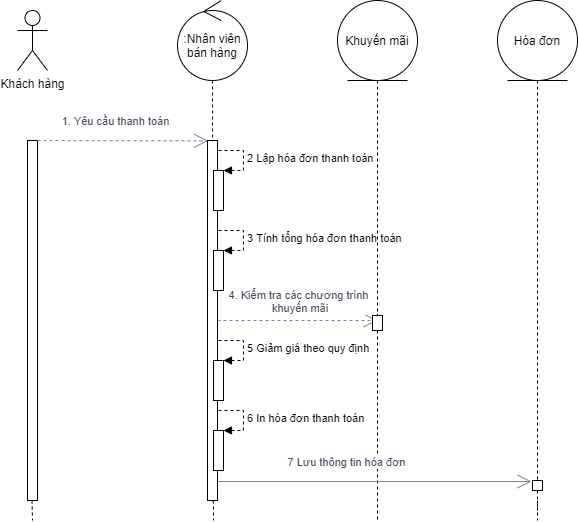
Earlier version of the draw.io export Diagram/Sequence/QL_BanHang.png (TccKaiCi/PTTK_CuaHangGiay). Source tidied: cells renumbered, new cells last; positions are measured from the earlier drawing's top-left corner, leaving out a move shared by most shapes.
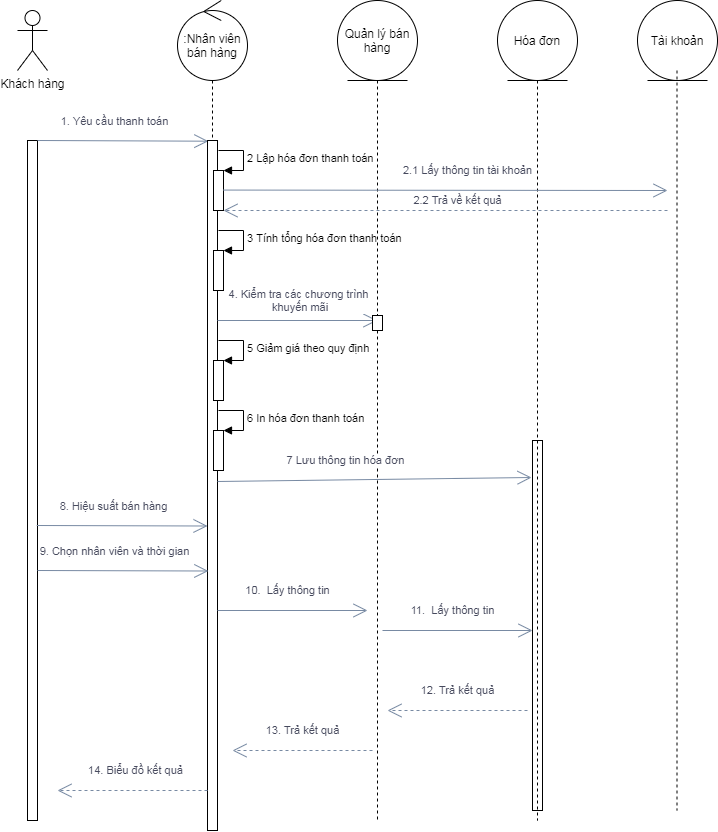
The same file after the commit.

What changed in the source:
```diff
@@ -8,26 +8,21 @@
     <mxCell id="3" value=":Nhân viên bán hàng" style="ellipse;shape=umlControl;whiteSpace=wrap;html=1;" parent="1" vertex="1">
       <mxGeometry x="160" width="70" height="80" as="geometry" />
     </mxCell>
-    <mxCell id="4" style="edgeStyle=orthogonalEdgeStyle;rounded=0;jettySize=auto;html=1;dashed=1;endArrow=none;endFill=0;" parent="1" edge="1" source="27">
-      <mxGeometry relative="1" as="geometry">
-        <mxPoint x="520" y="520" as="targetPoint" />
-      </mxGeometry>
-    </mxCell>
     <mxCell id="5" value="Hóa đơn" style="ellipse;shape=umlEntity;whiteSpace=wrap;html=1;" parent="1" vertex="1">
       <mxGeometry x="480" width="80" height="80" as="geometry" />
     </mxCell>
     <mxCell id="6" style="edgeStyle=orthogonalEdgeStyle;rounded=0;jettySize=auto;html=1;dashed=1;endArrow=none;endFill=0;" parent="1" edge="1" source="19">
       <mxGeometry relative="1" as="geometry">
-        <mxPoint x="360" y="520" as="targetPoint" />
+        <mxPoint x="360" y="820" as="targetPoint" />
       </mxGeometry>
     </mxCell>
-    <mxCell id="7" value="Khuyến mãi" style="ellipse;shape=umlEntity;whiteSpace=wrap;html=1;" parent="1" vertex="1">
+    <mxCell id="7" value="Quản lý bán hàng" style="ellipse;shape=umlEntity;whiteSpace=wrap;html=1;" parent="1" vertex="1">
       <mxGeometry x="320" width="80" height="80" as="geometry" />
     </mxCell>
     <mxCell id="8" style="html=1;perimeter=orthogonalPerimeter;" parent="1" vertex="1">
-      <mxGeometry x="10" y="140" width="10" height="360" as="geometry" />
+      <mxGeometry x="10" y="140" width="10" height="680" as="geometry" />
     </mxCell>
-    <mxCell id="9" style="endArrow=open;endFill=1;endSize=12;html=1;strokeColor=#788AA3;fillColor=#B2C9AB;fontColor=#46495D;dashed=1;entryX=0.081;entryY=0.001;entryDx=0;entryDy=0;entryPerimeter=0;" parent="1" edge="1" target="11">
+    <mxCell id="9" style="endArrow=open;endFill=1;endSize=12;html=1;strokeColor=#788AA3;fillColor=#B2C9AB;fontColor=#46495D;entryX=0.081;entryY=0.001;entryDx=0;entryDy=0;entryPerimeter=0;" parent="1" edge="1" target="11">
       <mxGeometry relative="1" as="geometry">
         <mxPoint x="20" y="140" as="sourcePoint" />
       </mxGeometry>
@@ -38,7 +33,7 @@
       </mxGeometry>
     </mxCell>
     <mxCell id="11" style="html=1;points=[];perimeter=orthogonalPerimeter;" parent="1" vertex="1">
-      <mxGeometry x="190" y="140" width="10" height="360" as="geometry" />
+      <mxGeometry x="190" y="140" width="10" height="690" as="geometry" />
     </mxCell>
     <mxCell id="12" style="edgeStyle=orthogonalEdgeStyle;rounded=0;jettySize=auto;html=1;dashed=1;endArrow=none;endFill=0;" parent="1" edge="1" source="3" target="11">
       <mxGeometry relative="1" as="geometry" />
@@ -46,7 +41,7 @@
     <mxCell id="13" style="html=1;points=[];perimeter=orthogonalPerimeter;" parent="1" vertex="1">
       <mxGeometry x="196" y="170" width="10" height="40" as="geometry" />
     </mxCell>
-    <mxCell id="14" value="2 Lập hóa đơn thanh toán" style="edgeStyle=orthogonalEdgeStyle;html=1;align=left;spacingLeft=2;endArrow=block;rounded=0;entryX=1;entryY=0;dashed=1;" parent="1" edge="1" target="13">
+    <mxCell id="14" value="2 Lập hóa đơn thanh toán" style="edgeStyle=orthogonalEdgeStyle;html=1;align=left;spacingLeft=2;endArrow=block;rounded=0;entryX=1;entryY=0;" parent="1" edge="1" target="13">
       <mxGeometry relative="1" as="geometry">
         <mxPoint x="201" y="150" as="sourcePoint" />
         <Array as="points">
@@ -57,7 +52,7 @@
     <mxCell id="15" style="html=1;points=[];perimeter=orthogonalPerimeter;" parent="1" vertex="1">
       <mxGeometry x="196" y="250" width="10" height="40" as="geometry" />
     </mxCell>
-    <mxCell id="16" value="3 Tính tổng hóa đơn thanh toán" style="edgeStyle=orthogonalEdgeStyle;html=1;align=left;spacingLeft=2;endArrow=block;rounded=0;entryX=1;entryY=0;dashed=1;" parent="1" edge="1" target="15">
+    <mxCell id="16" value="3 Tính tổng hóa đơn thanh toán" style="edgeStyle=orthogonalEdgeStyle;html=1;align=left;spacingLeft=2;endArrow=block;rounded=0;entryX=1;entryY=0;" parent="1" edge="1" target="15">
       <mxGeometry relative="1" as="geometry">
         <mxPoint x="201" y="230" as="sourcePoint" />
         <Array as="points">
@@ -65,7 +60,7 @@
         </Array>
       </mxGeometry>
     </mxCell>
-    <mxCell id="17" style="endArrow=open;endFill=1;endSize=12;html=1;strokeColor=#788AA3;fillColor=#B2C9AB;fontColor=#46495D;dashed=1;" parent="1" edge="1">
+    <mxCell id="17" style="endArrow=open;endFill=1;endSize=12;html=1;strokeColor=#788AA3;fillColor=#B2C9AB;fontColor=#46495D;" parent="1" edge="1">
       <mxGeometry relative="1" as="geometry">
         <mxPoint x="200" y="320" as="sourcePoint" />
         <mxPoint x="360" y="320" as="targetPoint" />
@@ -85,7 +80,7 @@
     <mxCell id="21" style="html=1;points=[];perimeter=orthogonalPerimeter;" parent="1" vertex="1">
       <mxGeometry x="196" y="360" width="10" height="40" as="geometry" />
     </mxCell>
-    <mxCell id="22" value="5 Giảm giá theo quy định" style="edgeStyle=orthogonalEdgeStyle;html=1;align=left;spacingLeft=2;endArrow=block;rounded=0;entryX=1;entryY=0;dashed=1;" parent="1" edge="1" target="21">
+    <mxCell id="22" value="5 Giảm giá theo quy định" style="edgeStyle=orthogonalEdgeStyle;html=1;align=left;spacingLeft=2;endArrow=block;rounded=0;entryX=1;entryY=0;" parent="1" edge="1" target="21">
       <mxGeometry relative="1" as="geometry">
         <mxPoint x="201" y="340" as="sourcePoint" />
         <Array as="points">
@@ -96,7 +91,7 @@
     <mxCell id="23" style="html=1;points=[];perimeter=orthogonalPerimeter;" parent="1" vertex="1">
       <mxGeometry x="196" y="430" width="10" height="40" as="geometry" />
     </mxCell>
-    <mxCell id="24" value="6 In hóa đơn thanh toán" style="edgeStyle=orthogonalEdgeStyle;html=1;align=left;spacingLeft=2;endArrow=block;rounded=0;entryX=1;entryY=0;dashed=1;" parent="1" edge="1" target="23">
+    <mxCell id="24" value="6 In hóa đơn thanh toán" style="edgeStyle=orthogonalEdgeStyle;html=1;align=left;spacingLeft=2;endArrow=block;rounded=0;entryX=1;entryY=0;" parent="1" edge="1" target="23">
       <mxGeometry relative="1" as="geometry">
         <mxPoint x="201" y="410" as="sourcePoint" />
         <Array as="points">
@@ -115,21 +110,122 @@
       </mxGeometry>
     </mxCell>
     <mxCell id="27" style="html=1;points=[];perimeter=orthogonalPerimeter;" parent="1" vertex="1">
-      <mxGeometry x="515" y="480" width="10" height="10" as="geometry" />
+      <mxGeometry x="515" y="440" width="10" height="370" as="geometry" />
     </mxCell>
-    <mxCell id="28" style="edgeStyle=orthogonalEdgeStyle;rounded=0;jettySize=auto;html=1;dashed=1;endArrow=none;endFill=0;" parent="1" edge="1" source="5" target="27">
-      <mxGeometry relative="1" as="geometry" />
+    <mxCell id="28" style="edgeStyle=orthogonalEdgeStyle;rounded=0;jettySize=auto;html=1;dashed=1;endArrow=none;endFill=0;" parent="1" edge="1" source="5">
+      <mxGeometry relative="1" as="geometry">
+        <mxPoint x="520" y="820" as="targetPoint" />
+      </mxGeometry>
     </mxCell>
-    <mxCell id="29" style="edgeStyle=orthogonalEdgeStyle;rounded=0;orthogonalLoop=1;jettySize=auto;html=1;dashed=1;endArrow=none;endFill=0;" parent="1" edge="1">
-      <mxGeometry relative="1" as="geometry">
-        <mxPoint x="14.5" y="500" as="sourcePoint" />
-        <mxPoint x="15" y="520" as="targetPoint" />
-      </mxGeometry>
-    </mxCell>
-    <mxCell id="30" style="edgeStyle=orthogonalEdgeStyle;rounded=0;jettySize=auto;html=1;dashed=1;endArrow=none;endFill=0;exitX=0.5;exitY=1.003;exitDx=0;exitDy=0;exitPerimeter=0;" parent="1" edge="1" source="11">
-      <mxGeometry relative="1" as="geometry">
-        <mxPoint x="196" y="520" as="targetPoint" />
-      </mxGeometry>
-    </mxCell>
+    <mxCell id="31" style="endArrow=open;endFill=1;endSize=12;html=1;strokeColor=#788AA3;fillColor=#B2C9AB;fontColor=#46495D;entryX=0.081;entryY=0.001;entryDx=0;entryDy=0;entryPerimeter=0;" parent="1" edge="1">
+      <mxGeometry relative="1" as="geometry">
+        <mxPoint x="19.2" y="525" as="sourcePoint" />
+        <mxPoint x="190" y="525.5" as="targetPoint" />
+      </mxGeometry>
+    </mxCell>
+    <mxCell id="32" value="8. Hiệu suất bán hàng" style="edgeLabel;html=1;align=center;verticalAlign=middle;fontColor=#46495D;" parent="31" vertex="1">
+      <mxGeometry x="-0.38" y="-3" relative="1" as="geometry">
+        <mxPoint x="24.2" y="-23" as="offset" />
+      </mxGeometry>
+    </mxCell>
+    <mxCell id="33" style="endArrow=open;endFill=1;endSize=12;html=1;strokeColor=#788AA3;fillColor=#B2C9AB;fontColor=#46495D;entryX=0.081;entryY=0.001;entryDx=0;entryDy=0;entryPerimeter=0;" parent="1" edge="1">
+      <mxGeometry relative="1" as="geometry">
+        <mxPoint x="20" y="570" as="sourcePoint" />
+        <mxPoint x="190.8" y="570.5" as="targetPoint" />
+      </mxGeometry>
+    </mxCell>
+    <mxCell id="34" value="9. Chọn nhân viên và thời gian" style="edgeLabel;html=1;align=center;verticalAlign=middle;fontColor=#46495D;" parent="33" vertex="1">
+      <mxGeometry x="-0.38" y="-3" relative="1" as="geometry">
+        <mxPoint x="24.2" y="-23" as="offset" />
+      </mxGeometry>
+    </mxCell>
+    <mxCell id="35" style="endArrow=open;endFill=1;endSize=12;html=1;strokeColor=#788AA3;fillColor=#B2C9AB;fontColor=#46495D;" parent="1" edge="1">
+      <mxGeometry relative="1" as="geometry">
+        <mxPoint x="200" y="610" as="sourcePoint" />
+        <mxPoint x="350" y="610" as="targetPoint" />
+      </mxGeometry>
+    </mxCell>
+    <mxCell id="36" value="10.&amp;nbsp; Lấy thông tin" style="edgeLabel;html=1;align=center;verticalAlign=middle;fontColor=#46495D;" parent="35" vertex="1">
+      <mxGeometry x="-0.38" y="-3" relative="1" as="geometry">
+        <mxPoint x="24.2" y="-23" as="offset" />
+      </mxGeometry>
+    </mxCell>
+    <mxCell id="37" style="endArrow=open;endFill=1;endSize=12;html=1;strokeColor=#788AA3;fillColor=#B2C9AB;fontColor=#46495D;" parent="1" edge="1">
+      <mxGeometry relative="1" as="geometry">
+        <mxPoint x="365" y="630" as="sourcePoint" />
+        <mxPoint x="515" y="630" as="targetPoint" />
+      </mxGeometry>
+    </mxCell>
+    <mxCell id="38" value="11.&amp;nbsp; Lấy thông tin" style="edgeLabel;html=1;align=center;verticalAlign=middle;fontColor=#46495D;" parent="37" vertex="1">
+      <mxGeometry x="-0.38" y="-3" relative="1" as="geometry">
+        <mxPoint x="24.2" y="-23" as="offset" />
+      </mxGeometry>
+    </mxCell>
+    <mxCell id="39" style="endArrow=open;endFill=1;endSize=12;html=1;strokeColor=#788AA3;fillColor=#B2C9AB;fontColor=#46495D;dashed=1;" parent="1" edge="1">
+      <mxGeometry relative="1" as="geometry">
+        <mxPoint x="510" y="710" as="sourcePoint" />
+        <mxPoint x="370" y="710" as="targetPoint" />
+      </mxGeometry>
+    </mxCell>
+    <mxCell id="40" value="12. Trả kết quả" style="edgeLabel;html=1;align=center;verticalAlign=middle;fontColor=#46495D;" parent="39" vertex="1">
+      <mxGeometry x="-0.38" y="-3" relative="1" as="geometry">
+        <mxPoint x="-27" y="-17" as="offset" />
+      </mxGeometry>
+    </mxCell>
+    <mxCell id="41" style="endArrow=open;endFill=1;endSize=12;html=1;strokeColor=#788AA3;fillColor=#B2C9AB;fontColor=#46495D;dashed=1;" parent="1" edge="1">
+      <mxGeometry relative="1" as="geometry">
+        <mxPoint x="355" y="750" as="sourcePoint" />
+        <mxPoint x="215" y="750" as="targetPoint" />
+      </mxGeometry>
+    </mxCell>
+    <mxCell id="42" value="13. Trả kết quả" style="edgeLabel;html=1;align=center;verticalAlign=middle;fontColor=#46495D;" parent="41" vertex="1">
+      <mxGeometry x="-0.38" y="-3" relative="1" as="geometry">
+        <mxPoint x="-27" y="-17" as="offset" />
+      </mxGeometry>
+    </mxCell>
+    <mxCell id="43" style="endArrow=open;endFill=1;endSize=12;html=1;strokeColor=#788AA3;fillColor=#B2C9AB;fontColor=#46495D;dashed=1;exitX=0;exitY=0.942;exitDx=0;exitDy=0;exitPerimeter=0;" parent="1" edge="1" source="11">
+      <mxGeometry relative="1" as="geometry">
+        <mxPoint x="40" y="790" as="targetPoint" />
+        <Array as="points">
+          <mxPoint x="140" y="790" />
+        </Array>
+      </mxGeometry>
+    </mxCell>
+    <mxCell id="44" value="14. Biểu đồ kết quả" style="edgeLabel;html=1;align=center;verticalAlign=middle;fontColor=#46495D;" parent="43" vertex="1">
+      <mxGeometry x="-0.38" y="-3" relative="1" as="geometry">
+        <mxPoint x="-27" y="-17" as="offset" />
+      </mxGeometry>
+    </mxCell>
+    <mxCell id="45" value="Tài khoản" style="ellipse;shape=umlEntity;whiteSpace=wrap;html=1;" parent="1" vertex="1">
+      <mxGeometry x="620" width="80" height="80" as="geometry" />
+    </mxCell>
+    <mxCell id="46" style="edgeStyle=orthogonalEdgeStyle;rounded=0;orthogonalLoop=1;jettySize=auto;html=1;dashed=1;endArrow=none;endFill=0;" parent="1" edge="1">
+      <mxGeometry relative="1" as="geometry">
+        <mxPoint x="659.5" y="70" as="sourcePoint" />
+        <mxPoint x="659.5" y="810" as="targetPoint" />
+      </mxGeometry>
+    </mxCell>
+    <mxCell id="47" style="endArrow=open;endFill=1;endSize=12;html=1;strokeColor=#788AA3;fillColor=#B2C9AB;fontColor=#46495D;" parent="1" edge="1">
+      <mxGeometry relative="1" as="geometry">
+        <mxPoint x="206" y="189.6" as="sourcePoint" />
+        <mxPoint x="650" y="190" as="targetPoint" />
+      </mxGeometry>
+    </mxCell>
+    <mxCell id="48" value="2.1 Lấy thông tin tài khoản" style="edgeLabel;html=1;align=center;verticalAlign=middle;fontColor=#46495D;" parent="47" vertex="1">
+      <mxGeometry x="-0.38" y="-3" relative="1" as="geometry">
+        <mxPoint x="107.3" y="-22.7" as="offset" />
+      </mxGeometry>
+    </mxCell>
+    <mxCell id="49" style="endArrow=open;endFill=1;endSize=12;html=1;strokeColor=#788AA3;fillColor=#B2C9AB;fontColor=#46495D;dashed=1;" parent="1" edge="1">
+      <mxGeometry relative="1" as="geometry">
+        <mxPoint x="650" y="210" as="sourcePoint" />
+        <mxPoint x="206" y="210" as="targetPoint" />
+      </mxGeometry>
+    </mxCell>
+    <mxCell id="50" value="2.2 Trả về kết quả" style="edgeLabel;html=1;align=center;verticalAlign=middle;fontColor=#46495D;" parent="49" vertex="1">
+      <mxGeometry x="-0.38" y="-3" relative="1" as="geometry">
+        <mxPoint x="-73.3" y="-7" as="offset" />
+      </mxGeometry>
+    </mxCell>
   </root>
 </mxGraphModel>
```
